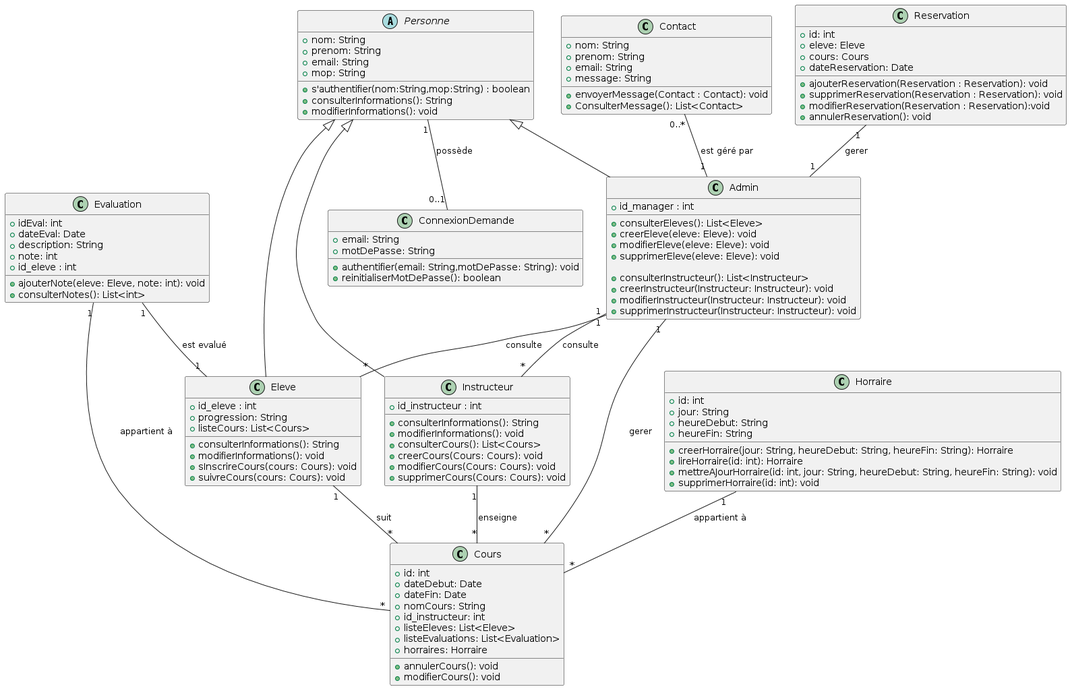
jerbi2026/Auto_ecole keeps this PlantUML diagram as Rendu 3/Raffinement diagramme de classe préliminaire/diagramme_classe_raffine.png. Above is the earlier version. Its diagram source:
```plantuml
@startuml
abstract class Personne {
    + nom: String
    + prenom: String
    + email: String
    + mop: String

    + s'authentifier(nom:String,mop:String) : boolean
    + consulterInformations(): String
    + modifierInformations(): void
}

class Instructeur {
    + id_instructeur : int

    + consulterInformations(): String
    + modifierInformations(): void
     + consulterCours(): List<Cours>
    + creerCours(Cours: Cours): void
    + modifierCours(Cours: Cours): void
    + supprimerCours(Cours: Cours): void
}

class Admin {
    + id_manager : int


    + consulterEleves(): List<Eleve>
    + creerEleve(eleve: Eleve): void
    + modifierEleve(eleve: Eleve): void
    + supprimerEleve(eleve: Eleve): void

    + consulterInstructeur(): List<Instructeur>
    + creerInstructeur(Instructeur: Instructeur): void
    + modifierInstructeur(Instructeur: Instructeur): void
    + supprimerInstructeur(Instructeur: Instructeur): void
}

class Eleve {
    + id_eleve : int
    + progression: String
    + listeCours: List<Cours>

    + consulterInformations(): String
    + modifierInformations(): void
    + sInscrireCours(cours: Cours): void
    + suivreCours(cours: Cours): void
}

class Cours {
    + id: int
    + dateDebut: Date
    + dateFin: Date
    + nomCours: String
    + id_instructeur: int
    + listeEleves: List<Eleve>
    + listeEvaluations: List<Evaluation>
    + horraires: Horraire

    + annulerCours(): void
    + modifierCours(): void
}

class Evaluation {
    + idEval: int
    + dateEval: Date
    + description: String
    + note: int
    + id_eleve : int

    + ajouterNote(eleve: Eleve, note: int): void
    + consulterNotes(): List<int>
}


class Reservation {
    + id: int
    + eleve: Eleve
    + cours: Cours
    + dateReservation: Date

    + ajouterReservation(Reservation : Reservation): void
    + supprimerReservation(Reservation : Reservation): void
    + modifierReservation(Reservation : Reservation):void
    + annulerReservation(): void
}

class ConnexionDemande {
    + email: String
    + motDePasse: String

    + authentifier(email: String,motDePasse: String): void
    + reinitialiserMotDePasse(): boolean
}

class Horraire {
    + id: int
    + jour: String
    + heureDebut: String
    + heureFin: String

    + creerHorraire(jour: String, heureDebut: String, heureFin: String): Horraire
    + lireHorraire(id: int): Horraire
    + mettreAJourHorraire(id: int, jour: String, heureDebut: String, heureFin: String): void
    + supprimerHorraire(id: int): void
}

class Contact{
    + nom: String
    + prenom: String
    + email: String
    + message: String

    + envoyerMessage(Contact : Contact): void
    + ConsulterMessage(): List<Contact>

}

Personne <|-- Instructeur
Personne <|-- Eleve
Personne <|-- Admin
Reservation "1" -- "1" Admin : "gerer"
Instructeur "1" -- "*" Cours : "enseigne"
Eleve "1" -- "*" Cours : "suit"
Admin "1" -- "*" Cours : "gerer"
Evaluation "1" -- "1" Eleve : "est evalué"
Evaluation "1" -- "*" Cours : "appartient à"
Admin "1" -- "*" Instructeur : "consulte"
Admin "1" -- "*" Eleve : "consulte"
Horraire "1" -- "*" Cours : "appartient à"
Contact "0..*" -- "1" Admin : "est géré par"
Personne "1" -- "0..1" ConnexionDemande : possède
@enduml
```
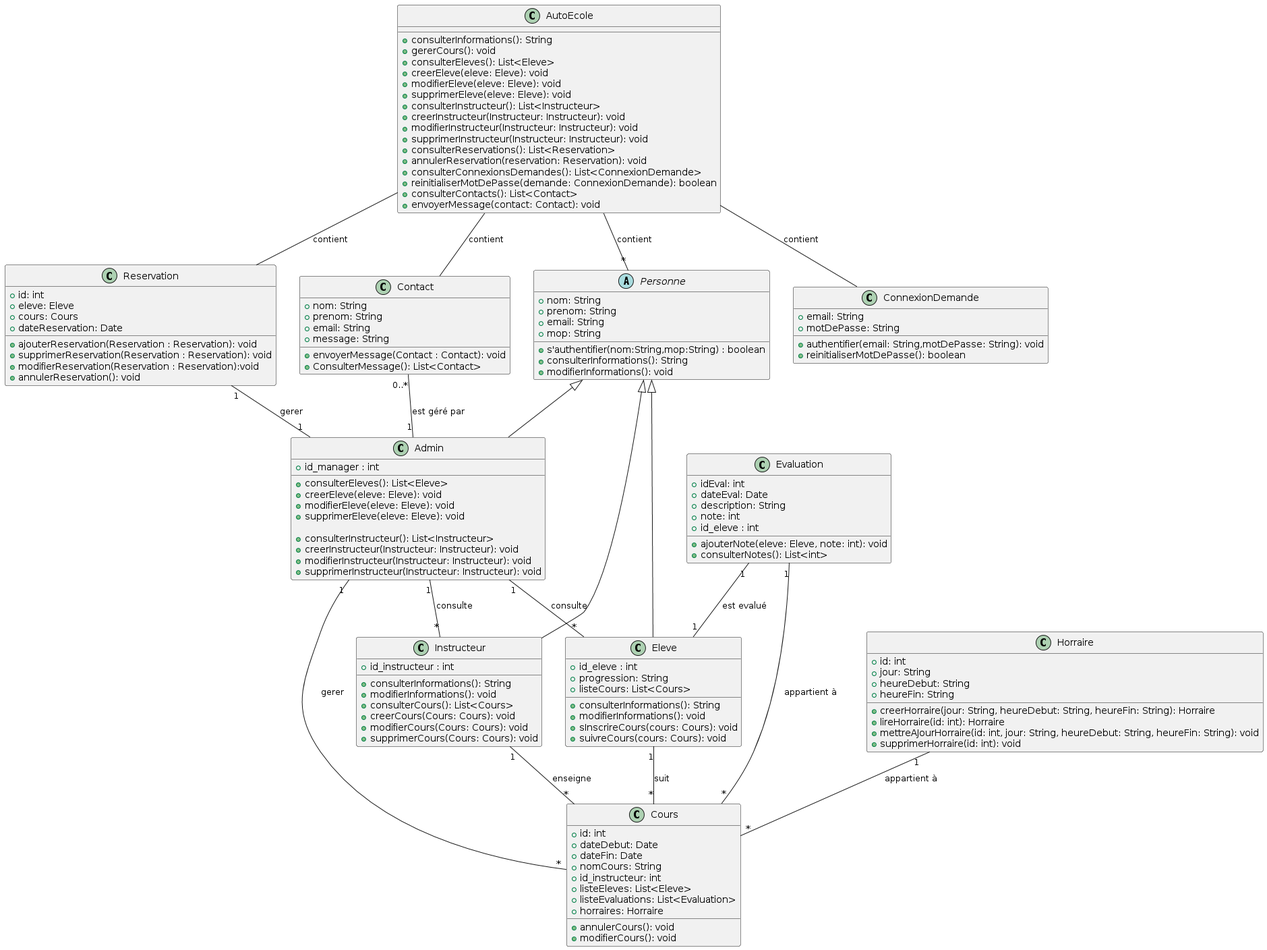
The same file after the commit.

The edit, as a diff of the source:
```diff
@@ -105,6 +105,8 @@
     + supprimerHorraire(id: int): void
 }
 
+
+
 class Contact{
     + nom: String
     + prenom: String
@@ -114,6 +116,25 @@
     + envoyerMessage(Contact : Contact): void
     + ConsulterMessage(): List<Contact>
 
+}
+
+class AutoEcole {
+    + consulterInformations(): String
+    + gererCours(): void
+    + consulterEleves(): List<Eleve>
+    + creerEleve(eleve: Eleve): void
+    + modifierEleve(eleve: Eleve): void
+    + supprimerEleve(eleve: Eleve): void
+    + consulterInstructeur(): List<Instructeur>
+    + creerInstructeur(Instructeur: Instructeur): void
+    + modifierInstructeur(Instructeur: Instructeur): void
+    + supprimerInstructeur(Instructeur: Instructeur): void
+    + consulterReservations(): List<Reservation>
+    + annulerReservation(reservation: Reservation): void
+    + consulterConnexionsDemandes(): List<ConnexionDemande>
+    + reinitialiserMotDePasse(demande: ConnexionDemande): boolean
+    + consulterContacts(): List<Contact>
+    + envoyerMessage(contact: Contact): void
 }
 
 Personne <|-- Instructeur
@@ -129,5 +150,9 @@
 Admin "1" -- "*" Eleve : "consulte"
 Horraire "1" -- "*" Cours : "appartient à"
 Contact "0..*" -- "1" Admin : "est géré par"
-Personne "1" -- "0..1" ConnexionDemande : possède
+
+AutoEcole -- "*" Personne : "contient"
+AutoEcole -- Reservation : "contient"
+AutoEcole -- ConnexionDemande : "contient"
+AutoEcole -- Contact : "contient"
 @enduml
```
